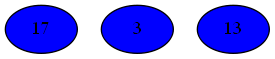
mbajaj92/Project-Astoria keeps this Graphviz diagram as Compiler/14iGraph.png. Above is the earlier version. Its source is kept beside it as Compiler/14iGraph.dot.
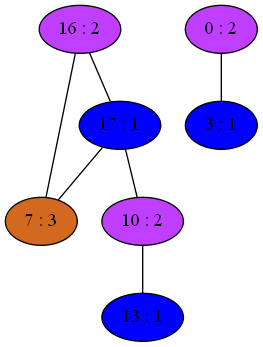
The same file after the commit.

What changed in the source:
```diff
@@ -1,5 +1,21 @@
 strict graph {
-17[label="17" style=filled fillcolor="blue1"];
-3[label="3" style=filled fillcolor="blue1"];
-13[label="13" style=filled fillcolor="blue1"];
+16[label="16 : 2" style=filled fillcolor="darkorchid1"];
+16 -- 17
+16 -- 7
+0[label="0 : 2" style=filled fillcolor="darkorchid1"];
+0 -- 3
+17[label="17 : 1" style=filled fillcolor="blue1"];
+17 -- 16
+17 -- 7
+17 -- 10
+3[label="3 : 1" style=filled fillcolor="blue1"];
+3 -- 0
+7[label="7 : 3" style=filled fillcolor="chocolate"];
+7 -- 16
+7 -- 17
+10[label="10 : 2" style=filled fillcolor="darkorchid1"];
+10 -- 17
+10 -- 13
+13[label="13 : 1" style=filled fillcolor="blue1"];
+13 -- 10
 }
```
